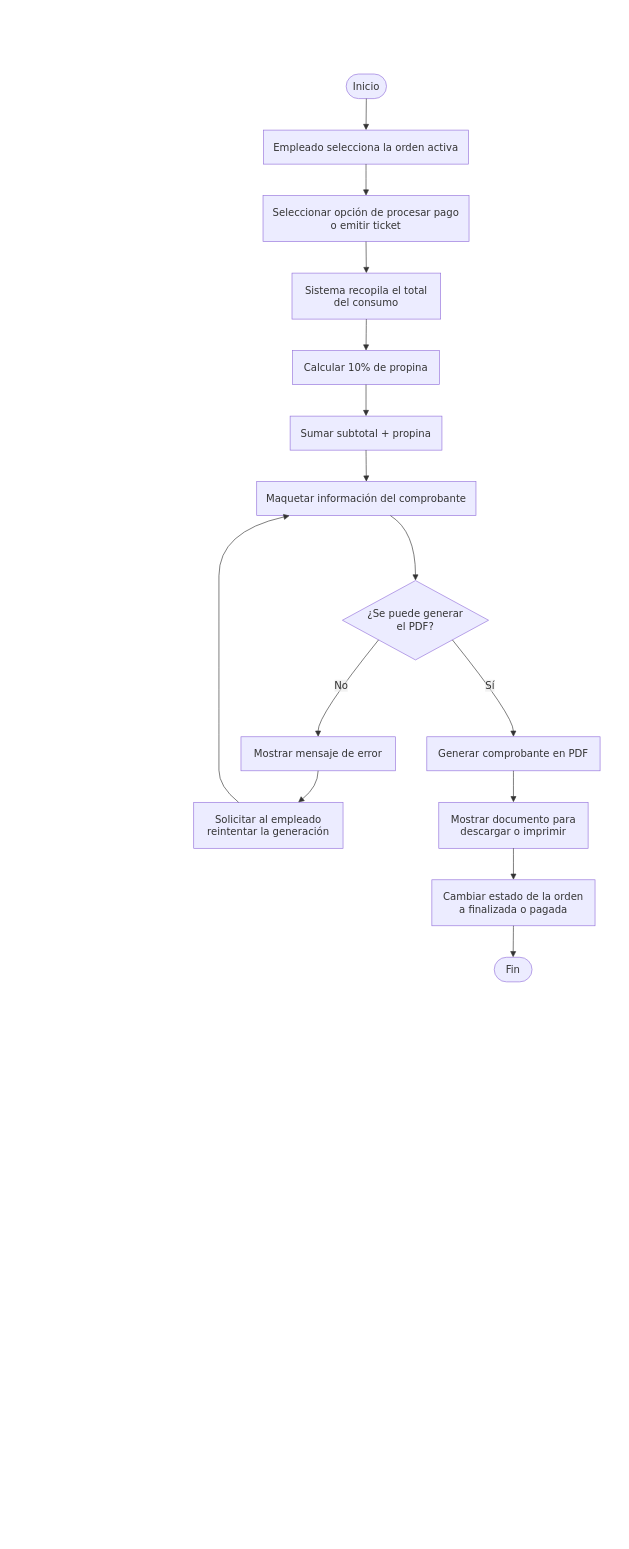
Earlier version of the draw.io diagram page "RF10" (10 of 14) of documentacion/Diagramas/Diagramas Casos de Uso.drawio (CanelaFeliz/ProyectoPPI115). Source tidied: cells renumbered, new cells numbered last; positions are measured from the earlier drawing's top-left corner, leaving out a move shared by most shapes. Both pictures are drawn from the tidied source at 63%, with x=0, y=0 at pixel (11, 11).
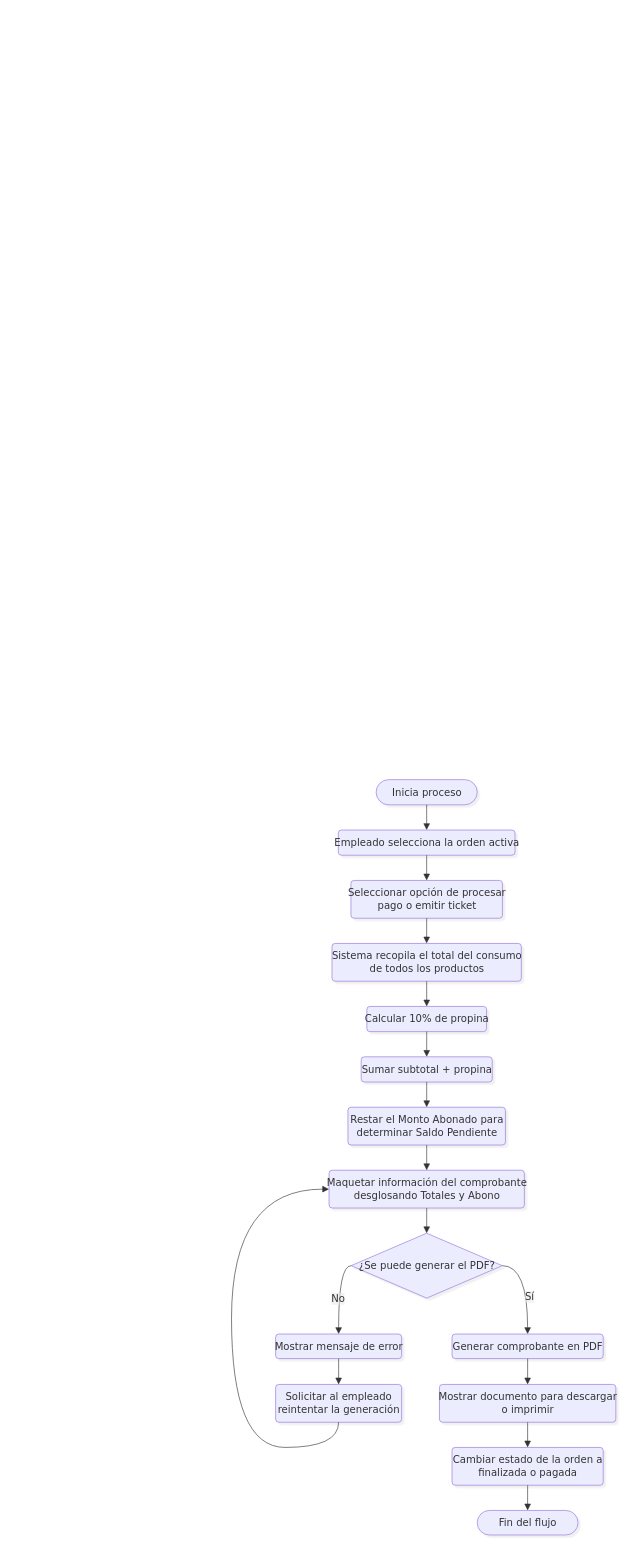
The same page after the edit.

Unchanged cells that the change refers to:
```xml
<mxCell id="2" style="group;transparentBounds=1;editIcon=1;lockedGroup=0;groupPadding=10;" parent="1" vertex="1">
  <mxGeometry as="geometry" />
</mxCell>
```

Change to the diagram source:
```diff
@@
-    <mxCell id="3" value="Inicio" style="html=1;rounded=1;whiteSpace=wrap;arcSize=50;strokeWidth=1;fillColor=light-dark(#ECECFF,#1f2020);strokeColor=light-dark(#9370DB,#cccccc);fontColor=light-dark(#333333,#cccccc);fontFamily=Trebuchet MS,Verdana,Arial,sans-serif;fontSize=16;" parent="2" vertex="1">
-      <mxGeometry x="532" y="100" width="64" height="39" as="geometry" />
-    </mxCell>
+    <mxCell id="31" value="Inicia proceso" style="html=1;rounded=1;arcSize=50;strokeWidth=1;fillColor=light-dark(#ECECFF,#1f2020);strokeColor=light-dark(#9370DB,#cccccc);fontColor=light-dark(#333333,#cccccc);fontFamily=Trebuchet MS,Verdana,Arial,sans-serif;fontSize=16;shadow=1;shadowColor=#000000;shadowOffsetX=4;shadowOffsetY=4;shadowBlur=0;shadowOpacity=6;" parent="2" vertex="1">
+      <mxGeometry x="579.5" y="1220" width="160.5" height="40" as="geometry" />
+    </mxCell>
-    <mxCell id="4" value="Empleado selecciona la orden activa" style="html=1;whiteSpace=wrap;strokeWidth=1;fillColor=light-dark(#ECECFF,#1f2020);strokeColor=light-dark(#9370DB,#cccccc);fontColor=light-dark(#333333,#cccccc);fontFamily=Trebuchet MS,Verdana,Arial,sans-serif;fontSize=16;" parent="2" vertex="1">
-      <mxGeometry x="401" y="189" width="325" height="54" as="geometry" />
+    <mxCell id="4" value="Empleado selecciona la orden activa" style="rounded=1;absoluteArcSize=1;arcSize=10;html=1;strokeWidth=1;fillColor=light-dark(#ECECFF,#1f2020);strokeColor=light-dark(#9370DB,#cccccc);fontColor=light-dark(#333333,#cccccc);fontFamily=Trebuchet MS,Verdana,Arial,sans-serif;fontSize=16;shadow=1;shadowColor=#000000;shadowOffsetX=4;shadowOffsetY=4;shadowBlur=0;shadowOpacity=6;labelWidth=120;" parent="2" vertex="1">
+      <mxGeometry x="519.5" y="1300" width="280.5" height="40" as="geometry" />
     </mxCell>
-    <mxCell id="5" value="Seleccionar opción de procesar pago&#10;o emitir ticket" style="html=1;whiteSpace=wrap;strokeWidth=1;fillColor=light-dark(#ECECFF,#1f2020);strokeColor=light-dark(#9370DB,#cccccc);fontColor=light-dark(#333333,#cccccc);fontFamily=Trebuchet MS,Verdana,Arial,sans-serif;fontSize=16;" parent="2" vertex="1">
-      <mxGeometry x="400" y="293" width="327" height="73" as="geometry" />
+    <mxCell id="5" value="Seleccionar opción de procesar&lt;br&gt;pago o emitir ticket" style="rounded=1;absoluteArcSize=1;arcSize=10;html=1;strokeWidth=1;fillColor=light-dark(#ECECFF,#1f2020);strokeColor=light-dark(#9370DB,#cccccc);fontColor=light-dark(#333333,#cccccc);fontFamily=Trebuchet MS,Verdana,Arial,sans-serif;fontSize=16;shadow=1;shadowColor=#000000;shadowOffsetX=4;shadowOffsetY=4;shadowBlur=0;shadowOpacity=6;labelWidth=120;" parent="2" vertex="1">
+      <mxGeometry x="539.5" y="1380" width="240.5" height="60" as="geometry" />
     </mxCell>
-    <mxCell id="6" value="Sistema recopila el total&#10;del consumo" style="html=1;whiteSpace=wrap;strokeWidth=1;fillColor=light-dark(#ECECFF,#1f2020);strokeColor=light-dark(#9370DB,#cccccc);fontColor=light-dark(#333333,#cccccc);fontFamily=Trebuchet MS,Verdana,Arial,sans-serif;fontSize=16;" parent="2" vertex="1">
-      <mxGeometry x="446" y="416" width="236" height="73" as="geometry" />
-    </mxCell>
+    <mxCell id="32" value="Sistema recopila el total del consumo&lt;br&gt;de todos los productos" style="rounded=1;absoluteArcSize=1;arcSize=10;html=1;strokeWidth=1;fillColor=light-dark(#ECECFF,#1f2020);strokeColor=light-dark(#9370DB,#cccccc);fontColor=light-dark(#333333,#cccccc);fontFamily=Trebuchet MS,Verdana,Arial,sans-serif;fontSize=16;shadow=1;shadowColor=#000000;shadowOffsetX=4;shadowOffsetY=4;shadowBlur=0;shadowOpacity=6;labelWidth=120;" parent="2" vertex="1">
+      <mxGeometry x="509.5" y="1480" width="300.5" height="60" as="geometry" />
+    </mxCell>
-    <mxCell id="7" value="Calcular 10% de propina" style="html=1;whiteSpace=wrap;strokeWidth=1;fillColor=light-dark(#ECECFF,#1f2020);strokeColor=light-dark(#9370DB,#cccccc);fontColor=light-dark(#333333,#cccccc);fontFamily=Trebuchet MS,Verdana,Arial,sans-serif;fontSize=16;" parent="2" vertex="1">
-      <mxGeometry x="447" y="539" width="233" height="54" as="geometry" />
+    <mxCell id="7" value="Calcular 10% de propina" style="rounded=1;absoluteArcSize=1;arcSize=10;html=1;strokeWidth=1;fillColor=light-dark(#ECECFF,#1f2020);strokeColor=light-dark(#9370DB,#cccccc);fontColor=light-dark(#333333,#cccccc);fontFamily=Trebuchet MS,Verdana,Arial,sans-serif;fontSize=16;shadow=1;shadowColor=#000000;shadowOffsetX=4;shadowOffsetY=4;shadowBlur=0;shadowOpacity=6;labelWidth=120;" parent="2" vertex="1">
+      <mxGeometry x="564.8" y="1580" width="190" height="40" as="geometry" />
     </mxCell>
-    <mxCell id="8" value="Sumar subtotal + propina" style="html=1;whiteSpace=wrap;strokeWidth=1;fillColor=light-dark(#ECECFF,#1f2020);strokeColor=light-dark(#9370DB,#cccccc);fontColor=light-dark(#333333,#cccccc);fontFamily=Trebuchet MS,Verdana,Arial,sans-serif;fontSize=16;" parent="2" vertex="1">
-      <mxGeometry x="443" y="643" width="241" height="54" as="geometry" />
+    <mxCell id="8" value="Sumar subtotal + propina" style="rounded=1;absoluteArcSize=1;arcSize=10;html=1;strokeWidth=1;fillColor=light-dark(#ECECFF,#1f2020);strokeColor=light-dark(#9370DB,#cccccc);fontColor=light-dark(#333333,#cccccc);fontFamily=Trebuchet MS,Verdana,Arial,sans-serif;fontSize=16;shadow=1;shadowColor=#000000;shadowOffsetX=4;shadowOffsetY=4;shadowBlur=0;shadowOpacity=6;labelWidth=120;" parent="2" vertex="1">
+      <mxGeometry x="555.8" y="1660" width="208" height="40" as="geometry" />
     </mxCell>
-    <mxCell id="9" value="Maquetar información del comprobante" style="html=1;whiteSpace=wrap;strokeWidth=1;fillColor=light-dark(#ECECFF,#1f2020);strokeColor=light-dark(#9370DB,#cccccc);fontColor=light-dark(#333333,#cccccc);fontFamily=Trebuchet MS,Verdana,Arial,sans-serif;fontSize=16;" parent="2" vertex="1">
-      <mxGeometry x="390" y="747" width="348" height="54" as="geometry" />
-    </mxCell>
+    <mxCell id="33" value="Restar el Monto Abonado para&lt;br&gt;determinar Saldo Pendiente" style="rounded=1;absoluteArcSize=1;arcSize=10;html=1;strokeWidth=1;fillColor=light-dark(#ECECFF,#1f2020);strokeColor=light-dark(#9370DB,#cccccc);fontColor=light-dark(#333333,#cccccc);fontFamily=Trebuchet MS,Verdana,Arial,sans-serif;fontSize=16;shadow=1;shadowColor=#000000;shadowOffsetX=4;shadowOffsetY=4;shadowBlur=0;shadowOpacity=6;labelWidth=120;" parent="2" vertex="1">
+      <mxGeometry x="534.8" y="1740" width="250" height="60" as="geometry" />
+    </mxCell>
+    <mxCell id="34" value="Maquetar información del comprobante&lt;br&gt;desglosando Totales y Abono" style="rounded=1;absoluteArcSize=1;arcSize=10;html=1;strokeWidth=1;fillColor=light-dark(#ECECFF,#1f2020);strokeColor=light-dark(#9370DB,#cccccc);fontColor=light-dark(#333333,#cccccc);fontFamily=Trebuchet MS,Verdana,Arial,sans-serif;fontSize=16;shadow=1;shadowColor=#000000;shadowOffsetX=4;shadowOffsetY=4;shadowBlur=0;shadowOpacity=6;labelWidth=120;" parent="2" vertex="1">
+      <mxGeometry x="504.8" y="1840" width="310" height="60" as="geometry" />
+    </mxCell>
-    <mxCell id="10" value="¿Se puede generar&#10;el PDF?" style="rhombus;html=1;strokeWidth=1;whiteSpace=wrap;fillColor=light-dark(#ECECFF,#1f2020);strokeColor=light-dark(#9370DB,#cccccc);fontColor=light-dark(#333333,#cccccc);fontFamily=Trebuchet MS,Verdana,Arial,sans-serif;fontSize=16;" parent="2" vertex="1">
-      <mxGeometry x="526" y="904" width="232" height="126" as="geometry" />
+    <mxCell id="10" value="¿Se puede generar el PDF?" style="rhombus;html=1;strokeWidth=1;fillColor=light-dark(#ECECFF,#1f2020);strokeColor=light-dark(#9370DB,#cccccc);fontColor=light-dark(#333333,#cccccc);fontFamily=Trebuchet MS,Verdana,Arial,sans-serif;fontSize=16;shadow=1;shadowColor=#000000;shadowOffsetX=4;shadowOffsetY=4;shadowBlur=0;shadowOpacity=6;labelWidth=120;" parent="2" vertex="1">
+      <mxGeometry x="539.8" y="1940" width="240" height="103" as="geometry" />
     </mxCell>
-    <mxCell id="11" value="Mostrar mensaje de error" style="html=1;whiteSpace=wrap;strokeWidth=1;fillColor=light-dark(#ECECFF,#1f2020);strokeColor=light-dark(#9370DB,#cccccc);fontColor=light-dark(#333333,#cccccc);fontFamily=Trebuchet MS,Verdana,Arial,sans-serif;fontSize=16;" parent="2" vertex="1">
-      <mxGeometry x="365" y="1152" width="245" height="54" as="geometry" />
+    <mxCell id="11" value="Mostrar mensaje de error" style="rounded=1;absoluteArcSize=1;arcSize=10;html=1;strokeWidth=1;fillColor=light-dark(#ECECFF,#1f2020);strokeColor=light-dark(#9370DB,#cccccc);fontColor=light-dark(#333333,#cccccc);fontFamily=Trebuchet MS,Verdana,Arial,sans-serif;fontSize=16;shadow=1;shadowColor=#000000;shadowOffsetX=4;shadowOffsetY=4;shadowBlur=0;shadowOpacity=6;labelWidth=120;" parent="2" vertex="1">
+      <mxGeometry x="420" y="2100" width="200" height="39" as="geometry" />
     </mxCell>
-    <mxCell id="12" value="Solicitar al empleado&#10;reintentar la generación" style="html=1;whiteSpace=wrap;strokeWidth=1;fillColor=light-dark(#ECECFF,#1f2020);strokeColor=light-dark(#9370DB,#cccccc);fontColor=light-dark(#333333,#cccccc);fontFamily=Trebuchet MS,Verdana,Arial,sans-serif;fontSize=16;" parent="2" vertex="1">
-      <mxGeometry x="290" y="1256" width="237" height="73" as="geometry" />
+    <mxCell id="12" value="Solicitar al empleado&lt;br&gt;reintentar la generación" style="rounded=1;absoluteArcSize=1;arcSize=10;html=1;strokeWidth=1;fillColor=light-dark(#ECECFF,#1f2020);strokeColor=light-dark(#9370DB,#cccccc);fontColor=light-dark(#333333,#cccccc);fontFamily=Trebuchet MS,Verdana,Arial,sans-serif;fontSize=16;shadow=1;shadowColor=#000000;shadowOffsetX=4;shadowOffsetY=4;shadowBlur=0;shadowOpacity=6;labelWidth=120;" parent="2" vertex="1">
+      <mxGeometry x="420" y="2180" width="200" height="60" as="geometry" />
     </mxCell>
-    <mxCell id="13" value="Generar comprobante en PDF" style="html=1;whiteSpace=wrap;strokeWidth=1;fillColor=light-dark(#ECECFF,#1f2020);strokeColor=light-dark(#9370DB,#cccccc);fontColor=light-dark(#333333,#cccccc);fontFamily=Trebuchet MS,Verdana,Arial,sans-serif;fontSize=16;" parent="2" vertex="1">
-      <mxGeometry x="660" y="1152" width="275" height="54" as="geometry" />
+    <mxCell id="13" value="Generar comprobante en PDF" style="rounded=1;absoluteArcSize=1;arcSize=10;html=1;strokeWidth=1;fillColor=light-dark(#ECECFF,#1f2020);strokeColor=light-dark(#9370DB,#cccccc);fontColor=light-dark(#333333,#cccccc);fontFamily=Trebuchet MS,Verdana,Arial,sans-serif;fontSize=16;shadow=1;shadowColor=#000000;shadowOffsetX=4;shadowOffsetY=4;shadowBlur=0;shadowOpacity=6;labelWidth=120;" parent="2" vertex="1">
+      <mxGeometry x="700" y="2100" width="240" height="39" as="geometry" />
     </mxCell>
-    <mxCell id="14" value="Mostrar documento para&#10;descargar o imprimir" style="html=1;whiteSpace=wrap;strokeWidth=1;fillColor=light-dark(#ECECFF,#1f2020);strokeColor=light-dark(#9370DB,#cccccc);fontColor=light-dark(#333333,#cccccc);fontFamily=Trebuchet MS,Verdana,Arial,sans-serif;fontSize=16;" parent="2" vertex="1">
-      <mxGeometry x="679" y="1256" width="237" height="73" as="geometry" />
+    <mxCell id="14" value="Mostrar documento para descargar&lt;br&gt;o imprimir" style="rounded=1;absoluteArcSize=1;arcSize=10;html=1;strokeWidth=1;fillColor=light-dark(#ECECFF,#1f2020);strokeColor=light-dark(#9370DB,#cccccc);fontColor=light-dark(#333333,#cccccc);fontFamily=Trebuchet MS,Verdana,Arial,sans-serif;fontSize=16;shadow=1;shadowColor=#000000;shadowOffsetX=4;shadowOffsetY=4;shadowBlur=0;shadowOpacity=6;labelWidth=120;" parent="2" vertex="1">
+      <mxGeometry x="680" y="2180" width="280" height="60" as="geometry" />
     </mxCell>
-    <mxCell id="15" value="Cambiar estado de la orden&#10;a finalizada o pagada" style="html=1;whiteSpace=wrap;strokeWidth=1;fillColor=light-dark(#ECECFF,#1f2020);strokeColor=light-dark(#9370DB,#cccccc);fontColor=light-dark(#333333,#cccccc);fontFamily=Trebuchet MS,Verdana,Arial,sans-serif;fontSize=16;" parent="2" vertex="1">
-      <mxGeometry x="668" y="1379" width="259" height="73" as="geometry" />
+    <mxCell id="15" value="Cambiar estado de la orden a&lt;br&gt;finalizada o pagada" style="rounded=1;absoluteArcSize=1;arcSize=10;html=1;strokeWidth=1;fillColor=light-dark(#ECECFF,#1f2020);strokeColor=light-dark(#9370DB,#cccccc);fontColor=light-dark(#333333,#cccccc);fontFamily=Trebuchet MS,Verdana,Arial,sans-serif;fontSize=16;shadow=1;shadowColor=#000000;shadowOffsetX=4;shadowOffsetY=4;shadowBlur=0;shadowOpacity=6;labelWidth=120;" parent="2" vertex="1">
+      <mxGeometry x="700" y="2280" width="240" height="60" as="geometry" />
     </mxCell>
-    <mxCell id="16" value="Fin" style="html=1;rounded=1;whiteSpace=wrap;arcSize=50;strokeWidth=1;fillColor=light-dark(#ECECFF,#1f2020);strokeColor=light-dark(#9370DB,#cccccc);fontColor=light-dark(#333333,#cccccc);fontFamily=Trebuchet MS,Verdana,Arial,sans-serif;fontSize=16;" parent="2" vertex="1">
-      <mxGeometry x="767" y="1502" width="60" height="39" as="geometry" />
-    </mxCell>
-    <mxCell id="17" style="curved=1;startArrow=none;endArrow=block;endSize=7;strokeColor=light-dark(#333333,#cccccc);exitX=0.5;exitY=1;entryX=0.5;entryY=0;rounded=0;" parent="2" edge="1" source="3" target="4">
-      <mxGeometry relative="1" as="geometry" />
-    </mxCell>
+    <mxCell id="35" value="Fin del flujo" style="html=1;rounded=1;arcSize=50;strokeWidth=1;fillColor=light-dark(#ECECFF,#1f2020);strokeColor=light-dark(#9370DB,#cccccc);fontColor=light-dark(#333333,#cccccc);fontFamily=Trebuchet MS,Verdana,Arial,sans-serif;fontSize=16;shadow=1;shadowColor=#000000;shadowOffsetX=4;shadowOffsetY=4;shadowBlur=0;shadowOpacity=6;" parent="2" vertex="1">
+      <mxGeometry x="740" y="2380" width="160" height="39" as="geometry" />
+    </mxCell>
+    <mxCell id="36" style="curved=1;startArrow=none;endArrow=block;endSize=8;strokeColor=light-dark(#333333,#cccccc);exitX=0.5;exitY=1;entryX=0.5;entryY=0;targetPerimeterSpacing=4;rounded=0;" parent="2" edge="1" source="31" target="4">
+      <mxGeometry relative="1" as="geometry" />
+    </mxCell>
-    <mxCell id="18" style="curved=1;startArrow=none;endArrow=block;endSize=7;strokeColor=light-dark(#333333,#cccccc);exitX=0.5;exitY=1;entryX=0.5;entryY=0;rounded=0;" parent="2" edge="1" source="4" target="5">
+    <mxCell id="18" style="curved=1;startArrow=none;endArrow=block;endSize=8;strokeColor=light-dark(#333333,#cccccc);exitX=0.5;exitY=0.99;entryX=0.5;entryY=0;targetPerimeterSpacing=4;rounded=0;" parent="2" edge="1" source="4" target="5">
       <mxGeometry relative="1" as="geometry" />
     </mxCell>
-    <mxCell id="19" style="curved=1;startArrow=none;endArrow=block;endSize=7;strokeColor=light-dark(#333333,#cccccc);exitX=0.5;exitY=1;entryX=0.5;entryY=0;rounded=0;" parent="2" edge="1" source="5" target="6">
-      <mxGeometry relative="1" as="geometry" />
-    </mxCell>
-    <mxCell id="20" style="curved=1;startArrow=none;endArrow=block;endSize=7;strokeColor=light-dark(#333333,#cccccc);exitX=0.5;exitY=1;entryX=0.5;entryY=0;rounded=0;" parent="2" edge="1" source="6" target="7">
-      <mxGeometry relative="1" as="geometry" />
-    </mxCell>
+    <mxCell id="37" style="curved=1;startArrow=none;endArrow=block;endSize=8;strokeColor=light-dark(#333333,#cccccc);exitX=0.5;exitY=1;entryX=0.5;entryY=0;targetPerimeterSpacing=4;rounded=0;" parent="2" edge="1" source="5" target="32">
+      <mxGeometry relative="1" as="geometry" />
+    </mxCell>
+    <mxCell id="38" style="curved=1;startArrow=none;endArrow=block;endSize=8;strokeColor=light-dark(#333333,#cccccc);exitX=0.5;exitY=1;entryX=0.5;entryY=0;targetPerimeterSpacing=4;rounded=0;" parent="2" edge="1" source="32" target="7">
+      <mxGeometry relative="1" as="geometry" />
+    </mxCell>
-    <mxCell id="21" style="curved=1;startArrow=none;endArrow=block;endSize=7;strokeColor=light-dark(#333333,#cccccc);exitX=0.5;exitY=1;entryX=0.5;entryY=0;rounded=0;" parent="2" edge="1" source="7" target="8">
+    <mxCell id="21" style="curved=1;startArrow=none;endArrow=block;endSize=8;strokeColor=light-dark(#333333,#cccccc);exitX=0.5;exitY=0.99;entryX=0.5;entryY=0;targetPerimeterSpacing=4;rounded=0;" parent="2" edge="1" source="7" target="8">
       <mxGeometry relative="1" as="geometry" />
     </mxCell>
-    <mxCell id="22" style="curved=1;startArrow=none;endArrow=block;endSize=7;strokeColor=light-dark(#333333,#cccccc);exitX=0.5;exitY=1;entryX=0.5;entryY=0;rounded=0;" parent="2" edge="1" source="8" target="9">
-      <mxGeometry relative="1" as="geometry" />
-    </mxCell>
-    <mxCell id="23" style="curved=1;startArrow=none;endArrow=block;endSize=7;strokeColor=light-dark(#333333,#cccccc);exitX=0.61;exitY=1;entryX=0.5;entryY=0;rounded=0;" parent="2" edge="1" source="9" target="10">
-      <mxGeometry relative="1" as="geometry">
-        <Array as="points">
-          <mxPoint x="642" y="826" />
-        </Array>
-      </mxGeometry>
-    </mxCell>
+    <mxCell id="39" style="curved=1;startArrow=none;endArrow=block;endSize=8;strokeColor=light-dark(#333333,#cccccc);exitX=0.5;exitY=1;entryX=0.5;entryY=0;targetPerimeterSpacing=4;rounded=0;" parent="2" edge="1" source="8" target="33">
+      <mxGeometry relative="1" as="geometry" />
+    </mxCell>
+    <mxCell id="40" style="curved=1;startArrow=none;endArrow=block;endSize=8;strokeColor=light-dark(#333333,#cccccc);exitX=0.5;exitY=1;entryX=0.5;entryY=0;targetPerimeterSpacing=4;rounded=0;" parent="2" edge="1" source="33" target="34">
+      <mxGeometry relative="1" as="geometry" />
+    </mxCell>
+    <mxCell id="41" style="curved=1;startArrow=none;endArrow=block;endSize=8;strokeColor=light-dark(#333333,#cccccc);exitX=0.5;exitY=1;entryX=0.5;entryY=0;targetPerimeterSpacing=4;rounded=0;exitDx=0;exitDy=0;" parent="2" edge="1" source="34" target="10">
+      <mxGeometry relative="1" as="geometry" />
+    </mxCell>
-    <mxCell id="24" value="No" style="curved=1;startArrow=none;endArrow=block;endSize=7;strokeColor=light-dark(#333333,#cccccc);html=1;fontSize=16;labelBackgroundColor=light-dark(#E8E8E88D,#2a2a2a8D);fontFamily=Trebuchet MS,Verdana,Arial,sans-serif;fontColor=light-dark(#333333,#cccccc);exitX=0;exitY=0.99;entryX=0.5;entryY=0;rounded=0;" parent="2" edge="1" source="10" target="11">
-      <mxGeometry relative="1" as="geometry">
-        <Array as="points">
-          <mxPoint x="487" y="1118" />
-        </Array>
-      </mxGeometry>
+    <mxCell id="24" value="No" style="curved=1;startArrow=none;endArrow=block;endSize=8;strokeColor=light-dark(#333333,#cccccc);html=1;fontSize=16;labelBackgroundColor=light-dark(#E8E8E88D,#2a2a2a8D);fontFamily=Trebuchet MS,Verdana,Arial,sans-serif;fontColor=light-dark(#333333,#cccccc);exitX=0;exitY=0.5;entryX=0.5;entryY=0;targetPerimeterSpacing=4;rounded=0;exitDx=0;exitDy=0;edgeStyle=orthogonalEdgeStyle;curveGeometry=1;" parent="2" edge="1" source="10" target="11">
+      <mxGeometry x="0.13" y="-1" relative="1" as="geometry" />
     </mxCell>
-    <mxCell id="25" style="curved=1;startArrow=none;endArrow=block;endSize=7;strokeColor=light-dark(#333333,#cccccc);exitX=0.5;exitY=1;entryX=0.7;entryY=0;rounded=0;" parent="2" edge="1" source="11" target="12">
-      <mxGeometry relative="1" as="geometry">
-        <Array as="points">
-          <mxPoint x="487" y="1231" />
-        </Array>
-      </mxGeometry>
+    <mxCell id="25" style="curved=1;startArrow=none;endArrow=block;endSize=8;strokeColor=light-dark(#333333,#cccccc);exitX=0.5;exitY=1;entryX=0.5;entryY=0;targetPerimeterSpacing=4;rounded=0;entryDx=0;entryDy=0;" parent="2" edge="1" source="11" target="12">
+      <mxGeometry relative="1" as="geometry" />
     </mxCell>
-    <mxCell id="26" style="curved=1;startArrow=none;endArrow=block;endSize=7;strokeColor=light-dark(#333333,#cccccc);exitX=0.3;exitY=0;entryX=0.15;entryY=1;rounded=0;" parent="2" edge="1" source="12" target="9">
-      <mxGeometry relative="1" as="geometry">
-        <Array as="points">
-          <mxPoint x="330" y="1231" />
-          <mxPoint x="330" y="1179" />
-          <mxPoint x="330" y="1118" />
-          <mxPoint x="330" y="967" />
-          <mxPoint x="330" y="826" />
-        </Array>
-      </mxGeometry>
-    </mxCell>
+    <mxCell id="42" style="curved=1;startArrow=none;endArrow=block;endSize=8;strokeColor=light-dark(#333333,#cccccc);exitX=0.5;exitY=1;entryX=0;entryY=0.5;targetPerimeterSpacing=4;rounded=0;entryDx=0;entryDy=0;exitDx=0;exitDy=0;curveGeometry=1;edgeStyle=orthogonalEdgeStyle;" parent="2" edge="1" source="12" target="34">
+      <mxGeometry x="-0.95" y="-16.67" relative="1" as="geometry">
+        <Array as="points">
+          <mxPoint x="520" y="2280" />
+          <mxPoint x="350" y="2280" />
+          <mxPoint x="350" y="1870" />
+        </Array>
+      </mxGeometry>
+    </mxCell>
-    <mxCell id="27" value="Sí" style="curved=1;startArrow=none;endArrow=block;endSize=7;strokeColor=light-dark(#333333,#cccccc);html=1;fontSize=16;labelBackgroundColor=light-dark(#E8E8E88D,#2a2a2a8D);fontFamily=Trebuchet MS,Verdana,Arial,sans-serif;fontColor=light-dark(#333333,#cccccc);exitX=1;exitY=0.99;entryX=0.5;entryY=0;rounded=0;" parent="2" edge="1" source="10" target="13">
-      <mxGeometry relative="1" as="geometry">
-        <Array as="points">
-          <mxPoint x="797" y="1118" />
-        </Array>
-      </mxGeometry>
+    <mxCell id="27" value="Sí" style="curved=1;startArrow=none;endArrow=block;endSize=8;strokeColor=light-dark(#333333,#cccccc);html=1;fontSize=16;labelBackgroundColor=light-dark(#E8E8E88D,#2a2a2a8D);fontFamily=Trebuchet MS,Verdana,Arial,sans-serif;fontColor=light-dark(#333333,#cccccc);exitX=1;exitY=0.5;entryX=0.5;entryY=0;targetPerimeterSpacing=4;rounded=0;exitDx=0;exitDy=0;edgeStyle=orthogonalEdgeStyle;curveGeometry=1;" parent="2" edge="1" source="10" target="13">
+      <mxGeometry x="0.21" y="3" relative="1" as="geometry" />
     </mxCell>
-    <mxCell id="28" style="curved=1;startArrow=none;endArrow=block;endSize=7;strokeColor=light-dark(#333333,#cccccc);exitX=0.5;exitY=1;entryX=0.5;entryY=0;rounded=0;" parent="2" edge="1" source="13" target="14">
+    <mxCell id="28" style="curved=1;startArrow=none;endArrow=block;endSize=8;strokeColor=light-dark(#333333,#cccccc);exitX=0.5;exitY=0.99;entryX=0.5;entryY=0;targetPerimeterSpacing=4;rounded=0;" parent="2" edge="1" source="13" target="14">
       <mxGeometry relative="1" as="geometry" />
     </mxCell>
-    <mxCell id="29" style="curved=1;startArrow=none;endArrow=block;endSize=7;strokeColor=light-dark(#333333,#cccccc);exitX=0.5;exitY=1;entryX=0.5;entryY=0;rounded=0;" parent="2" edge="1" source="14" target="15">
+    <mxCell id="29" style="curved=1;startArrow=none;endArrow=block;endSize=8;strokeColor=light-dark(#333333,#cccccc);exitX=0.5;exitY=1;entryX=0.5;entryY=0;targetPerimeterSpacing=4;rounded=0;" parent="2" edge="1" source="14" target="15">
       <mxGeometry relative="1" as="geometry" />
     </mxCell>
-    <mxCell id="30" style="curved=1;startArrow=none;endArrow=block;endSize=7;strokeColor=light-dark(#333333,#cccccc);exitX=0.5;exitY=1;entryX=0.5;entryY=0;rounded=0;" parent="2" edge="1" source="15" target="16">
-      <mxGeometry relative="1" as="geometry" />
-    </mxCell>
+    <mxCell id="43" style="curved=1;startArrow=none;endArrow=block;endSize=8;strokeColor=light-dark(#333333,#cccccc);exitX=0.5;exitY=1;entryX=0.5;entryY=0;targetPerimeterSpacing=4;rounded=0;" parent="2" edge="1" source="15" target="35">
+      <mxGeometry relative="1" as="geometry" />
+    </mxCell>
```
